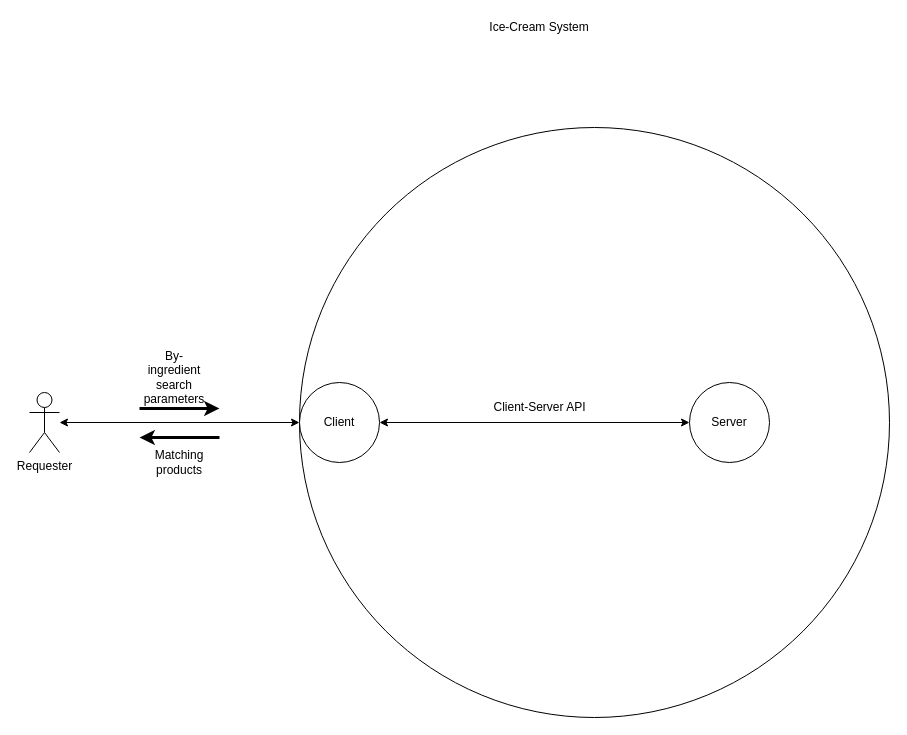
This is System_Analysis/Ice-Cream_System.drawio from tslever/Tom_Levers_Public_Git_Repository, a draw.io file, before an edit. Source tidied: cells renumbered, new cells numbered last; positions are measured from the earlier drawing's top-left corner, leaving out a move shared by most shapes. Both pictures are drawn from the tidied source at 100%, with x=0, y=0 at pixel (29, 17).
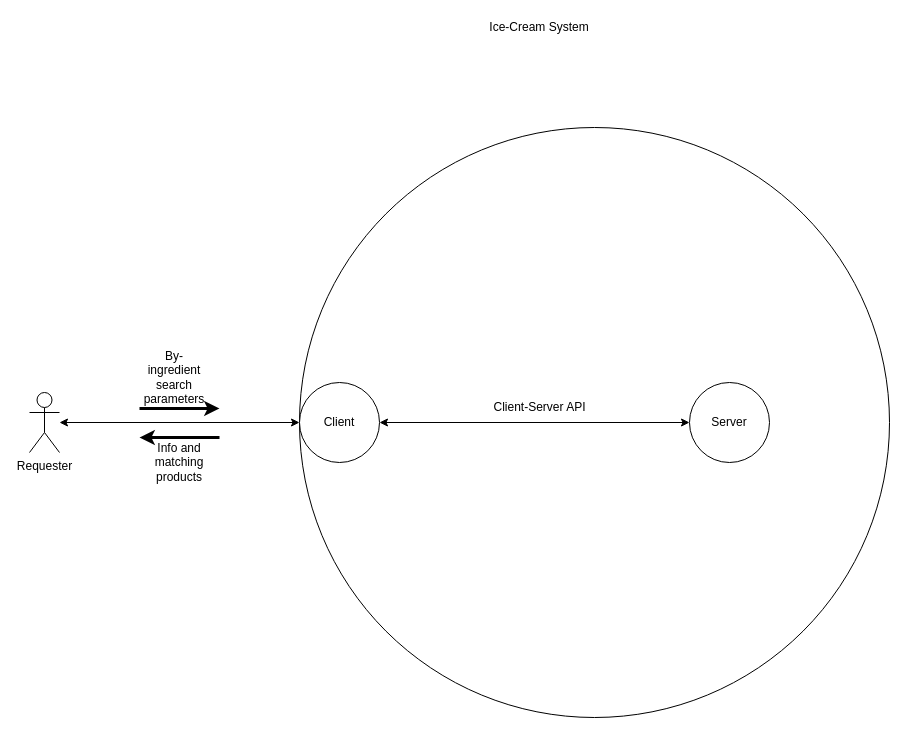
The same page after the edit.

Commit message (it also covers changes not shown here):
Send response based on Products

The change refers to these unchanged cells:
```xml
<mxCell id="9" style="group;" parent="1" vertex="1">
  <mxGeometry x="110" y="420" width="80" height="35" as="geometry" />
</mxCell>
```

What changed in the source:
```diff
@@
-    <mxCell id="11" value="Matching products" style="text;html=1;strokeColor=none;fillColor=none;align=center;verticalAlign=middle;whiteSpace=wrap;rounded=0;" parent="9" vertex="1">
+    <mxCell id="11" value="Info and matching products" style="text;html=1;strokeColor=none;fillColor=none;align=center;verticalAlign=middle;whiteSpace=wrap;rounded=0;" parent="9" vertex="1">
       <mxGeometry x="20" y="15" width="40" height="20" as="geometry" />
     </mxCell>
```
